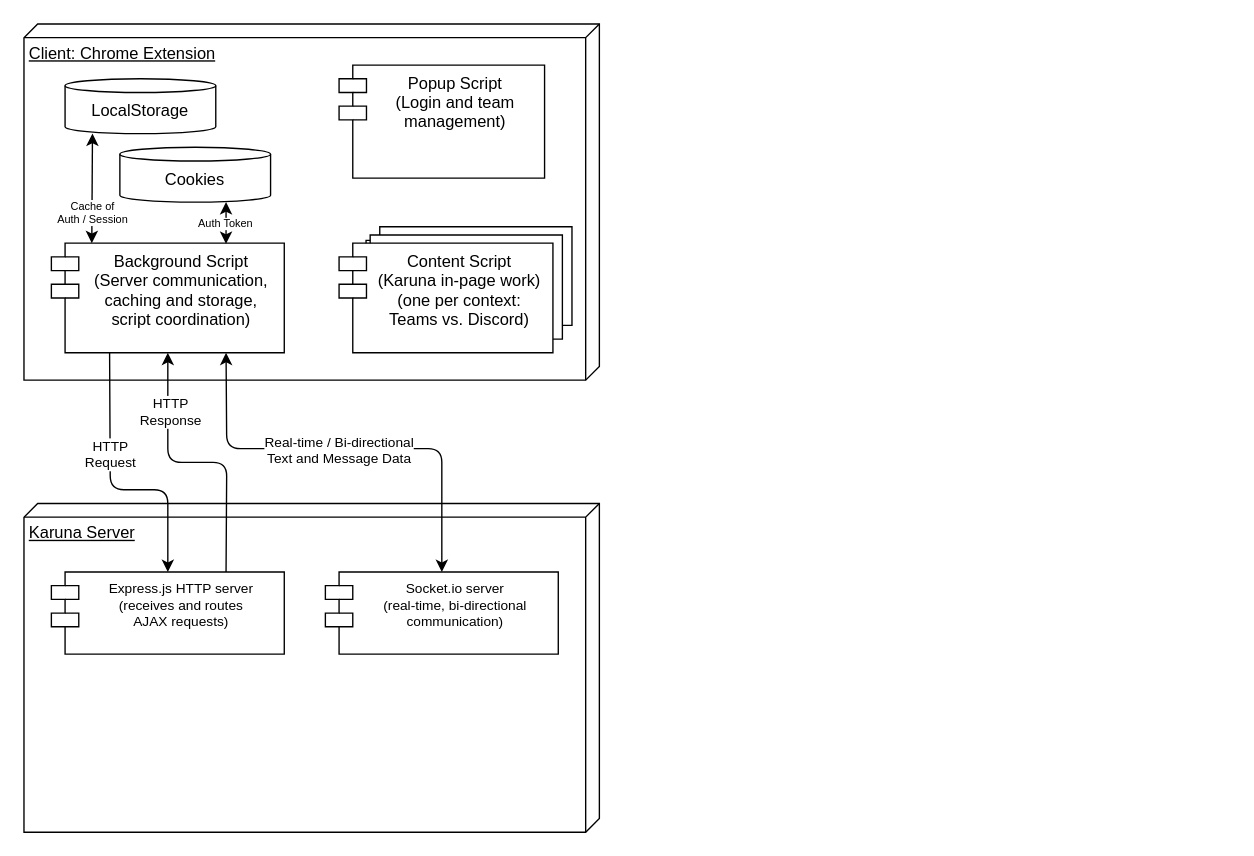
Above: EngineeringDiagrams/Karuna-Architecture.drawio in UWStout/eec-common (draw.io), before the change. Source tidied: cells renumbered, new cells numbered last; positions are measured from the earlier drawing's top-left corner, leaving out a move shared by most shapes. Both pictures are drawn from the tidied source at 137%, with x=0, y=0 at pixel (23, 23).
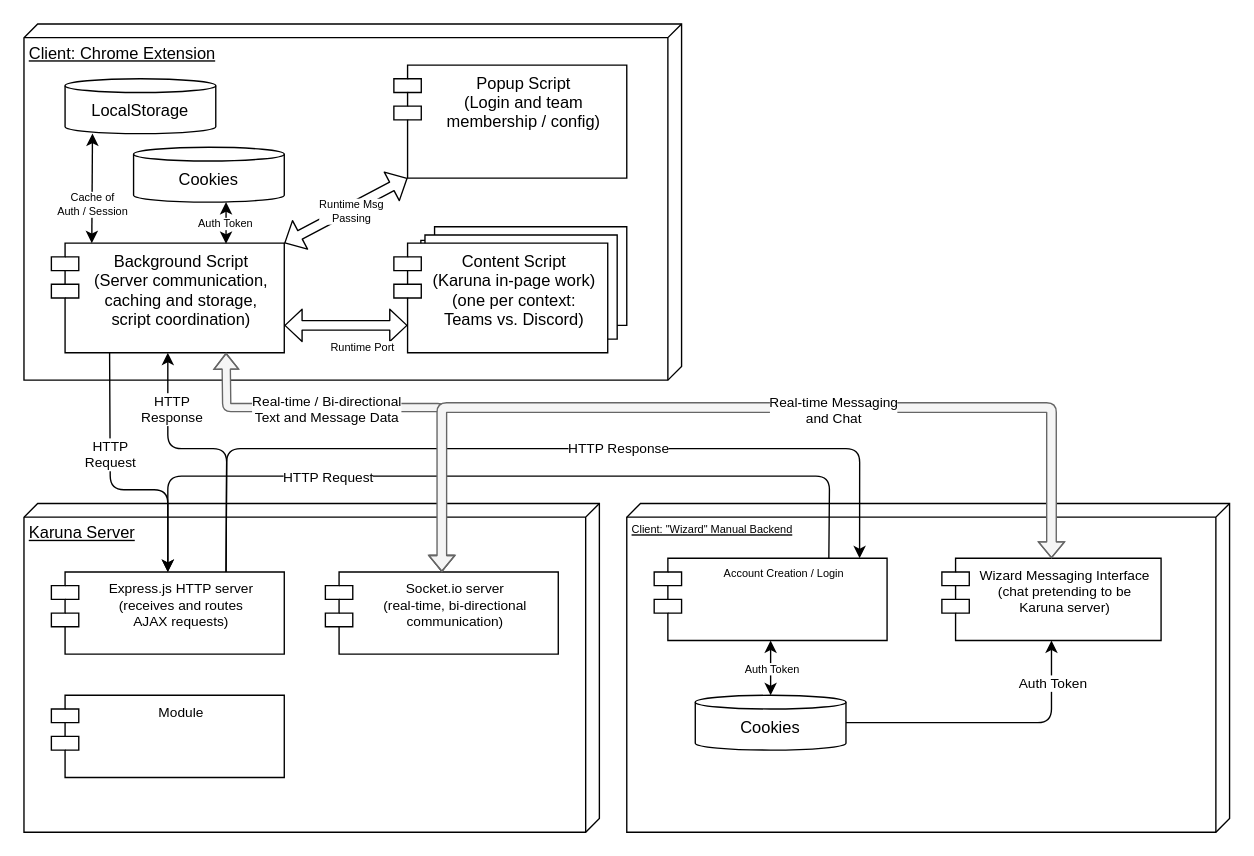
After the change.

Commit message:
Fleshed out the Wizard client

Unchanged cells that the change refers to:
```xml
<mxCell id="3" value="Background Script&#10;(Server communication,&#10;caching and storage,&#10;script coordination)" style="shape=module;align=left;spacingLeft=20;align=center;verticalAlign=top;" parent="1" vertex="1">
  <mxGeometry x="20" y="160" width="170" height="80" as="geometry" />
</mxCell>
<mxCell id="11" style="endArrow=classic;startArrow=classic;html=1;entryX=0.3;entryY=1;entryDx=0;entryDy=0;entryPerimeter=0;exitX=0.25;exitY=0;exitDx=0;exitDy=0;" parent="1" edge="1">
  <mxGeometry relative="1" as="geometry">
    <mxPoint x="49.5" y="160" as="sourcePoint" />
    <mxPoint x="50" y="80" as="targetPoint" />
  </mxGeometry>
</mxCell>
<mxCell id="16" value="Content Script&#10;(Karuna in-page work)&#10;(one per context:&#10;Teams vs. Discord)" style="shape=module;align=left;spacingLeft=20;align=center;verticalAlign=top;" parent="13" vertex="1">
  <mxGeometry y="12" width="156.1" height="80" as="geometry" />
</mxCell>
<mxCell id="17" value="Express.js HTTP server&#10;(receives and routes&#10;AJAX requests)" style="shape=module;align=left;spacingLeft=20;align=center;verticalAlign=top;fontSize=10;" parent="1" vertex="1">
  <mxGeometry x="20" y="400" width="170" height="60" as="geometry" />
</mxCell>
<mxCell id="18" value="Socket.io server&#10;(real-time, bi-directional&#10;communication)" style="shape=module;align=left;spacingLeft=20;align=center;verticalAlign=top;fontSize=10;" parent="1" vertex="1">
  <mxGeometry x="220" y="400" width="170" height="60" as="geometry" />
</mxCell>
```

What changed in the source:
```diff
@@
     <mxCell id="2" value="Client: Chrome Extension" style="verticalAlign=top;align=left;spacingTop=8;spacingLeft=2;spacingRight=12;shape=cube;size=10;direction=south;fontStyle=4;html=1;" parent="1" vertex="1">
-      <mxGeometry width="420" height="260" as="geometry" />
+      <mxGeometry width="480" height="260" as="geometry" />
     </mxCell>
@@
-    <mxCell id="4" value="Popup Script&#10;(Login and team&#10;management)" style="shape=module;align=left;spacingLeft=20;align=center;verticalAlign=top;" parent="1" vertex="1">
-      <mxGeometry x="230" y="30" width="150" height="82.5" as="geometry" />
+    <mxCell id="4" value="Popup Script&#10;(Login and team&#10;membership / config)" style="shape=module;align=left;spacingLeft=20;align=center;verticalAlign=top;" parent="1" vertex="1">
+      <mxGeometry x="270" y="30" width="170" height="82.5" as="geometry" />
     </mxCell>
@@
     <mxCell id="7" value="Cookies" style="shape=cylinder3;whiteSpace=wrap;html=1;boundedLbl=1;backgroundOutline=1;size=5;" parent="1" vertex="1">
-      <mxGeometry x="70" y="90" width="110" height="40" as="geometry" />
+      <mxGeometry x="80" y="90" width="110" height="40" as="geometry" />
     </mxCell>
@@
     <mxCell id="12" value="Cache of&lt;br&gt;Auth / Session" style="edgeLabel;html=1;align=center;verticalAlign=middle;fontSize=8;" parent="11" vertex="1">
       <mxGeometry x="-0.12" relative="1" as="geometry">
-        <mxPoint y="12" as="offset" />
+        <mxPoint y="6" as="offset" />
       </mxGeometry>
     </mxCell>
     <mxCell id="13" style="group;" parent="1" vertex="1">
-      <mxGeometry x="230" y="148" width="170" height="92" as="geometry" />
+      <mxGeometry x="270" y="148" width="170" height="92" as="geometry" />
     </mxCell>
@@
-    <mxCell id="19" style="endArrow=classic;startArrow=classic;html=1;fontSize=10;entryX=0.75;entryY=1;entryDx=0;entryDy=0;exitX=0.5;exitY=0;exitDx=0;exitDy=0;" parent="1" edge="1" source="18" target="3">
+    <mxCell id="19" style="endArrow=classic;startArrow=classic;html=1;fontSize=10;entryX=0.75;entryY=1;entryDx=0;entryDy=0;exitX=0.5;exitY=0;exitDx=0;exitDy=0;fillColor=#f5f5f5;strokeColor=#666666;shape=flexArrow;width=6;startSize=3.5;startWidth=11;endWidth=11;endSize=3.5;" parent="1" edge="1" source="18" target="3">
       <mxGeometry relative="1" as="geometry">
         <Array as="points">
-          <mxPoint x="305" y="310" />
-          <mxPoint x="220" y="310" />
-          <mxPoint x="148" y="310" />
+          <mxPoint x="305" y="280" />
+          <mxPoint x="148" y="280" />
         </Array>
       </mxGeometry>
     </mxCell>
     <mxCell id="20" value="Real-time / Bi-directional&lt;br&gt;Text and Message Data" style="edgeLabel;html=1;align=center;verticalAlign=middle;fontSize=10;" parent="19" vertex="1">
       <mxGeometry x="-0.03" relative="1" as="geometry">
-        <mxPoint x="-12" as="offset" />
+        <mxPoint x="-50.5" as="offset" />
       </mxGeometry>
     </mxCell>
@@
     <mxCell id="23" style="endArrow=classic;html=1;fontSize=10;entryX=0.5;entryY=1;entryDx=0;entryDy=0;exitX=0.75;exitY=0;exitDx=0;exitDy=0;" parent="1" edge="1" source="17" target="3">
       <mxGeometry relative="1" as="geometry">
         <Array as="points">
-          <mxPoint x="148" y="320" />
-          <mxPoint x="105" y="320" />
+          <mxPoint x="148" y="310" />
+          <mxPoint x="105" y="310" />
         </Array>
       </mxGeometry>
     </mxCell>
@@
+    <mxCell id="25" style="shape=flexArrow;endArrow=classic;startArrow=classic;html=1;fontSize=10;exitX=1;exitY=0.75;exitDx=0;exitDy=0;entryX=0;entryY=0.75;entryDx=10;entryDy=0;entryPerimeter=0;width=7;startSize=3.835;endSize=3.835;endWidth=15.5;startWidth=15.5;" parent="1" edge="1" source="3" target="16">
+      <mxGeometry relative="1" as="geometry" />
+    </mxCell>
+    <mxCell id="26" value="Runtime Port" style="edgeLabel;html=1;align=center;verticalAlign=middle;fontSize=8;" parent="25" vertex="1">
+      <mxGeometry x="0.62" y="-5" relative="1" as="geometry">
+        <mxPoint x="-16.5" y="10" as="offset" />
+      </mxGeometry>
+    </mxCell>
+    <mxCell id="27" style="shape=flexArrow;endArrow=classic;startArrow=classic;html=1;fontSize=10;exitX=1;exitY=0;exitDx=0;exitDy=0;entryX=0;entryY=1;entryDx=10;entryDy=0;entryPerimeter=0;width=7;startSize=3.835;endSize=3.835;endWidth=15.5;startWidth=15.5;" parent="1" edge="1" source="3" target="4">
+      <mxGeometry relative="1" as="geometry" />
+    </mxCell>
+    <mxCell id="28" value="Runtime Msg&lt;br&gt;Passing" style="edgeLabel;html=1;align=center;verticalAlign=middle;fontSize=8;" parent="27" vertex="1">
+      <mxGeometry x="0.23" y="-2" relative="1" as="geometry">
+        <mxPoint x="-8" y="4" as="offset" />
+      </mxGeometry>
+    </mxCell>
+    <mxCell id="29" value="Client: &quot;Wizard&quot; Manual Backend" style="verticalAlign=top;align=left;spacingTop=8;spacingLeft=2;spacingRight=12;shape=cube;size=10;direction=south;fontStyle=4;html=1;fontSize=8;" parent="1" vertex="1">
+      <mxGeometry x="440" y="350" width="440" height="240" as="geometry" />
+    </mxCell>
+    <mxCell id="30" value="Account Creation / Login" style="shape=module;align=left;spacingLeft=20;align=center;verticalAlign=top;fontSize=8;" parent="1" vertex="1">
+      <mxGeometry x="460" y="390" width="170" height="60" as="geometry" />
+    </mxCell>
+    <mxCell id="31" value="Cookies" style="shape=cylinder3;whiteSpace=wrap;html=1;boundedLbl=1;backgroundOutline=1;size=5;" parent="1" vertex="1">
+      <mxGeometry x="490" y="490" width="110" height="40" as="geometry" />
+    </mxCell>
+    <mxCell id="32" style="endArrow=classic;startArrow=classic;html=1;entryX=0.5;entryY=0;entryDx=0;entryDy=0;entryPerimeter=0;exitX=0.5;exitY=1;exitDx=0;exitDy=0;" parent="1" edge="1" source="30" target="31">
+      <mxGeometry relative="1" as="geometry" />
+    </mxCell>
+    <mxCell id="33" value="Auth Token" style="edgeLabel;html=1;align=center;verticalAlign=middle;fontSize=8;" parent="32" vertex="1">
+      <mxGeometry x="0.54" y="1" relative="1" as="geometry">
+        <mxPoint x="-1" y="-11" as="offset" />
+      </mxGeometry>
+    </mxCell>
+    <mxCell id="34" style="endArrow=classic;html=1;fontSize=8;entryX=0.5;entryY=0;entryDx=0;entryDy=0;exitX=0.75;exitY=0;exitDx=0;exitDy=0;" parent="1" edge="1" source="30" target="17">
+      <mxGeometry relative="1" as="geometry">
+        <Array as="points">
+          <mxPoint x="588" y="330" />
+          <mxPoint x="105" y="330" />
+        </Array>
+      </mxGeometry>
+    </mxCell>
+    <mxCell id="35" value="HTTP Request" style="edgeLabel;html=1;align=center;verticalAlign=middle;fontSize=10;" parent="34" vertex="1">
+      <mxGeometry x="-0.32" relative="1" as="geometry">
+        <mxPoint x="-219" as="offset" />
+      </mxGeometry>
+    </mxCell>
+    <mxCell id="36" style="endArrow=classic;html=1;fontSize=10;exitX=0.75;exitY=0;exitDx=0;exitDy=0;entryX=0.882;entryY=0;entryDx=0;entryDy=0;entryPerimeter=0;" parent="1" edge="1" source="17" target="30">
+      <mxGeometry relative="1" as="geometry">
+        <Array as="points">
+          <mxPoint x="148" y="310" />
+          <mxPoint x="610" y="310" />
+        </Array>
+      </mxGeometry>
+    </mxCell>
+    <mxCell id="37" value="HTTP Response" style="edgeLabel;html=1;align=center;verticalAlign=middle;fontSize=10;" parent="36" vertex="1">
+      <mxGeometry x="0.19" y="1" relative="1" as="geometry" />
+    </mxCell>
+    <mxCell id="38" value="Wizard Messaging Interface&#10;(chat pretending to be&#10;Karuna server)" style="shape=module;align=left;spacingLeft=20;align=center;verticalAlign=top;fontSize=10;" parent="1" vertex="1">
+      <mxGeometry x="670" y="390" width="160" height="60" as="geometry" />
+    </mxCell>
+    <mxCell id="39" style="endArrow=classic;startArrow=none;html=1;fontSize=10;exitX=1;exitY=0.5;exitDx=0;exitDy=0;exitPerimeter=0;entryX=0.5;entryY=1;entryDx=0;entryDy=0;endFill=1;startFill=0;" parent="1" edge="1" source="31" target="38">
+      <mxGeometry relative="1" as="geometry">
+        <Array as="points">
+          <mxPoint x="750" y="510" />
+        </Array>
+      </mxGeometry>
+    </mxCell>
+    <mxCell id="40" value="Auth Token" style="edgeLabel;html=1;align=center;verticalAlign=middle;fontSize=10;" parent="39" vertex="1">
+      <mxGeometry x="-0.5" relative="1" as="geometry">
+        <mxPoint x="97.5" y="-30" as="offset" />
+      </mxGeometry>
+    </mxCell>
+    <mxCell id="41" style="endArrow=classic;startArrow=classic;html=1;fontSize=10;exitX=0.5;exitY=0;exitDx=0;exitDy=0;entryX=0.5;entryY=0;entryDx=0;entryDy=0;shape=flexArrow;fillColor=#f5f5f5;strokeColor=#666666;width=7;startSize=3.5;startWidth=11;endSize=3.5;endWidth=11;" parent="1" edge="1" source="18" target="38">
+      <mxGeometry relative="1" as="geometry">
+        <Array as="points">
+          <mxPoint x="305" y="280" />
+          <mxPoint x="750" y="280" />
+        </Array>
+      </mxGeometry>
+    </mxCell>
+    <mxCell id="42" style="edgeLabel;html=1;align=center;verticalAlign=middle;fontSize=10;" parent="41" vertex="1">
+      <mxGeometry x="0.18" relative="1" as="geometry" />
+    </mxCell>
+    <mxCell id="43" value="Real-time Messaging&lt;br&gt;and Chat" style="edgeLabel;html=1;align=center;verticalAlign=middle;fontSize=10;" parent="41" vertex="1">
+      <mxGeometry x="0.2" y="-1" relative="1" as="geometry" />
+    </mxCell>
+    <mxCell id="44" value="Module" style="shape=module;align=left;spacingLeft=20;align=center;verticalAlign=top;fontSize=10;" parent="1" vertex="1">
+      <mxGeometry x="20" y="490" width="170" height="60" as="geometry" />
+    </mxCell>
```
